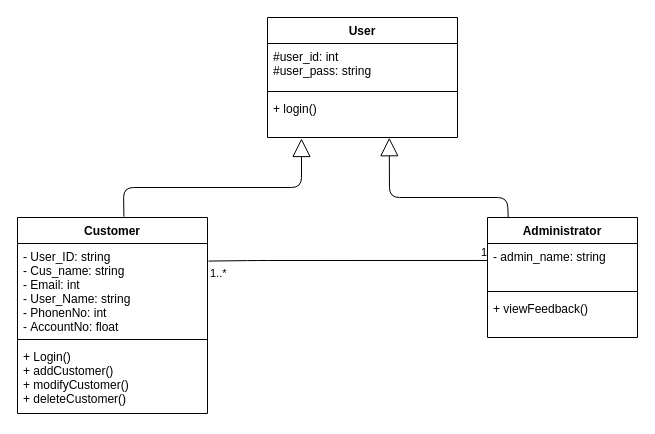
Earlier version of the draw.io diagram page "yuchira class" (3 of 37) of PAF ER Diagram.drawio (YuchiraJA/PAF-Project-ER-Diagram). Source tidied: cells renumbered, new cells numbered last; positions are measured from the earlier drawing's top-left corner, leaving out a move shared by most shapes. Both pictures are drawn from the tidied source at 100%, with x=0, y=0 at pixel (17, 17).
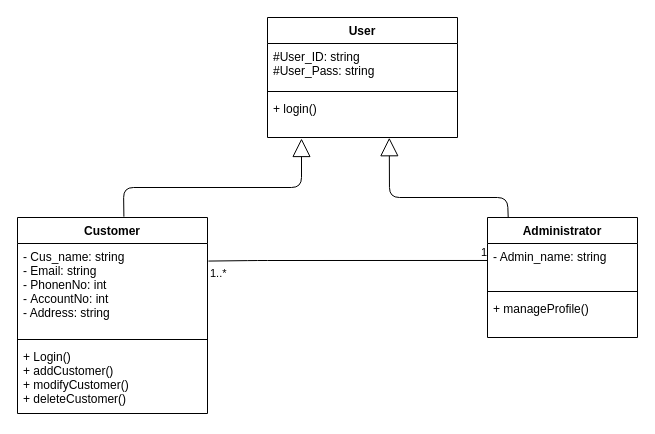
The same diagram, later.

Unchanged cells that the change refers to:
```xml
<mxCell id="2" value="Administrator" style="swimlane;fontStyle=1;align=center;verticalAlign=top;horizontal=1;startSize=26;" parent="1" vertex="1">
  <mxGeometry x="470" y="200" width="150" height="120" as="geometry" />
</mxCell>
<mxCell id="8" value="User" style="swimlane;fontStyle=1;align=center;verticalAlign=top;horizontal=1;startSize=26;" parent="1" vertex="1">
  <mxGeometry x="250" width="190" height="120" as="geometry" />
</mxCell>
<mxCell id="12" value="Customer" style="swimlane;fontStyle=1;align=center;verticalAlign=top;horizontal=1;startSize=26;" parent="1" vertex="1">
  <mxGeometry y="200" width="190" height="196" as="geometry" />
</mxCell>
```

Diff of the diagram source:
```diff
@@
-    <mxCell id="3" value="- admin_name: string" style="text;strokeColor=none;fillColor=none;align=left;verticalAlign=top;spacingLeft=4;spacingRight=4;overflow=hidden;points=[[0,0.5],[1,0.5]];portConstraint=eastwest;" parent="2" vertex="1">
+    <mxCell id="3" value="- Admin_name: string" style="text;strokeColor=none;fillColor=none;align=left;verticalAlign=top;spacingLeft=4;spacingRight=4;overflow=hidden;points=[[0,0.5],[1,0.5]];portConstraint=eastwest;" parent="2" vertex="1">
       <mxGeometry y="26" width="150" height="44" as="geometry" />
     </mxCell>
@@
-    <mxCell id="5" value="+ viewFeedback()" style="text;strokeColor=none;fillColor=none;align=left;verticalAlign=top;spacingLeft=4;spacingRight=4;overflow=hidden;" parent="2" vertex="1">
+    <mxCell id="5" value="+ manageProfile()" style="text;strokeColor=none;fillColor=none;align=left;verticalAlign=top;spacingLeft=4;spacingRight=4;overflow=hidden;" parent="2" vertex="1">
       <mxGeometry y="78" width="150" height="42" as="geometry" />
     </mxCell>
@@
-    <mxCell id="9" value="#user_id: int&#10;#user_pass: string" style="text;strokeColor=none;fillColor=none;align=left;verticalAlign=top;spacingLeft=4;spacingRight=4;overflow=hidden;" parent="8" vertex="1">
+    <mxCell id="9" value="#User_ID: string&#10;#User_Pass: string" style="text;strokeColor=none;fillColor=none;align=left;verticalAlign=top;spacingLeft=4;spacingRight=4;overflow=hidden;" parent="8" vertex="1">
       <mxGeometry y="26" width="190" height="44" as="geometry" />
     </mxCell>
@@
-    <mxCell id="13" value="- User_ID: string&#10;- Cus_name: string&#10;- Email: int&#10;- User_Name: string&#10;- PhonenNo: int&#10;- AccountNo: float" style="text;strokeColor=none;fillColor=none;align=left;verticalAlign=top;spacingLeft=4;spacingRight=4;overflow=hidden;points=[[0,0.5],[1,0.5]];portConstraint=eastwest;" parent="12" vertex="1">
+    <mxCell id="13" value="- Cus_name: string&#10;- Email: string&#10;- PhonenNo: int&#10;- AccountNo: int&#10;- Address: string" style="text;strokeColor=none;fillColor=none;align=left;verticalAlign=top;spacingLeft=4;spacingRight=4;overflow=hidden;points=[[0,0.5],[1,0.5]];portConstraint=eastwest;" parent="12" vertex="1">
       <mxGeometry y="26" width="190" height="92" as="geometry" />
     </mxCell>
```
